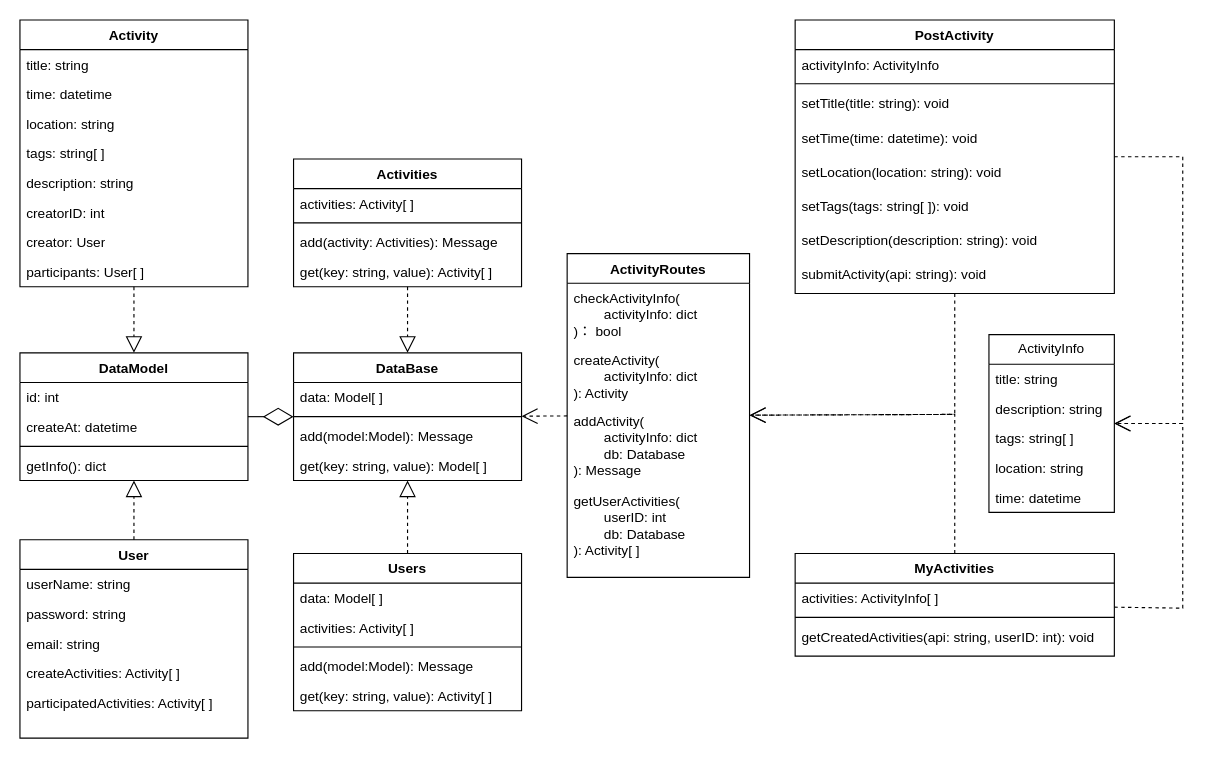
The draw.io diagram docs/create_activity_UML_class.drawio in Yishanka/Soda, before the edit. Source tidied: cells renumbered, new cells numbered last; positions are measured from the earlier drawing's top-left corner, leaving out a move shared by most shapes. Both pictures are drawn from the tidied source at 114%, with x=0, y=0 at pixel (19, 19).
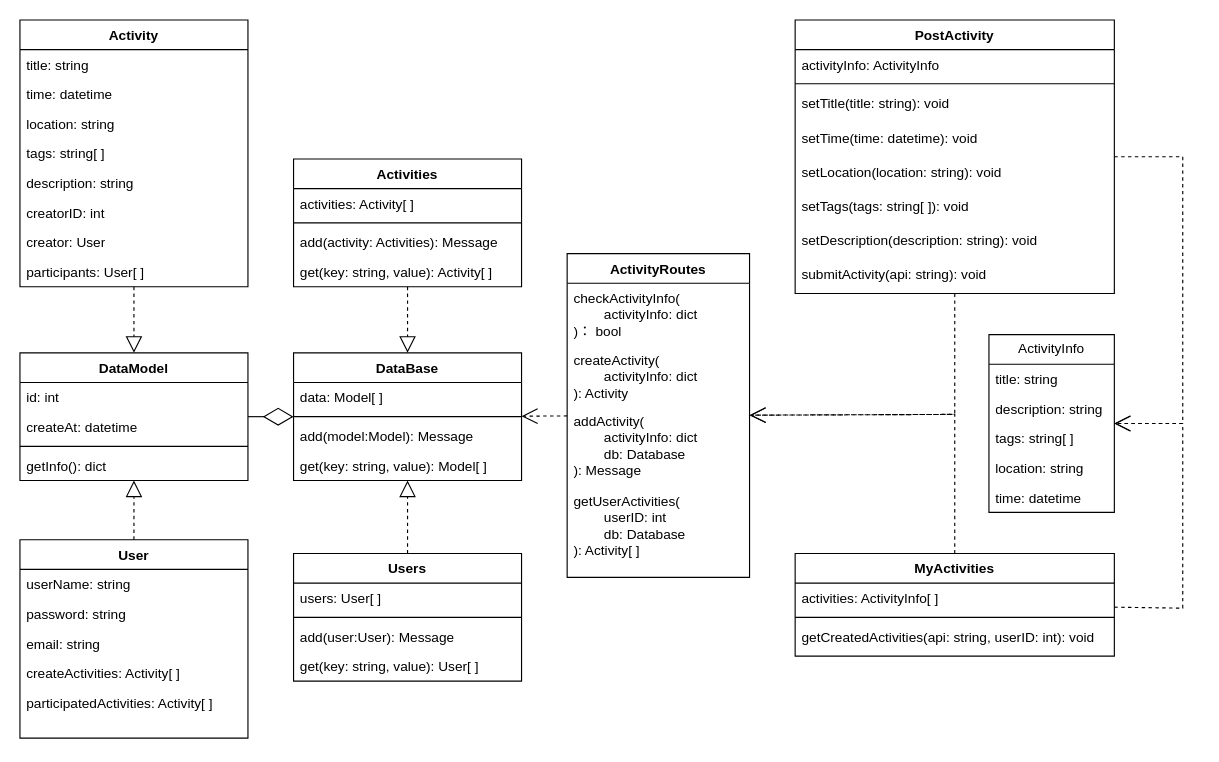
After the change.

Change to the diagram source:
```diff
@@
     <mxCell id="49" value="Users" style="swimlane;fontStyle=1;align=center;verticalAlign=top;horizontal=1;startSize=26;whiteSpace=wrap;html=1;" parent="1" vertex="1">
-      <mxGeometry x="240" y="468" width="200" height="138" as="geometry" />
+      <mxGeometry x="240" y="468" width="200" height="112" as="geometry" />
     </mxCell>
-    <mxCell id="50" value="data: Model[ ]" style="text;strokeColor=none;fillColor=none;align=left;verticalAlign=top;spacingLeft=4;spacingRight=4;overflow=hidden;whiteSpace=wrap;html=1;" parent="49" vertex="1">
-      <mxGeometry y="26" width="200" height="26" as="geometry" />
-    </mxCell>
-    <mxCell id="51" value="activities: Activity[ ]" style="text;strokeColor=none;fillColor=none;align=left;verticalAlign=top;spacingLeft=4;spacingRight=4;overflow=hidden;whiteSpace=wrap;html=1;" parent="49" vertex="1">
-      <mxGeometry y="52" width="200" height="26" as="geometry" />
+    <mxCell id="51" value="users: User[ ]" style="text;strokeColor=none;fillColor=none;align=left;verticalAlign=top;spacingLeft=4;spacingRight=4;overflow=hidden;whiteSpace=wrap;html=1;" parent="49" vertex="1">
+      <mxGeometry y="26" width="200" height="26" as="geometry" />
     </mxCell>
     <mxCell id="52" style="line;strokeWidth=1;fillColor=none;align=left;verticalAlign=middle;spacingTop=-1;spacingLeft=3;spacingRight=3;labelPosition=right;strokeColor=inherit;" parent="49" vertex="1">
-      <mxGeometry y="78" width="200" height="8" as="geometry" />
+      <mxGeometry y="52" width="200" height="8" as="geometry" />
     </mxCell>
-    <mxCell id="53" value="add(model:Model): Message" style="text;strokeColor=none;fillColor=none;align=left;verticalAlign=top;spacingLeft=4;spacingRight=4;overflow=hidden;whiteSpace=wrap;html=1;" parent="49" vertex="1">
-      <mxGeometry y="86" width="200" height="26" as="geometry" />
+    <mxCell id="53" value="add(user:User): Message" style="text;strokeColor=none;fillColor=none;align=left;verticalAlign=top;spacingLeft=4;spacingRight=4;overflow=hidden;whiteSpace=wrap;html=1;" parent="49" vertex="1">
+      <mxGeometry y="60" width="200" height="26" as="geometry" />
     </mxCell>
-    <mxCell id="54" value="get(key: string, value): Activity[ ]" style="text;strokeColor=none;fillColor=none;align=left;verticalAlign=top;spacingLeft=4;spacingRight=4;overflow=hidden;whiteSpace=wrap;html=1;" parent="49" vertex="1">
-      <mxGeometry y="112" width="200" height="26" as="geometry" />
+    <mxCell id="54" value="get(key: string, value): User[ ]" style="text;strokeColor=none;fillColor=none;align=left;verticalAlign=top;spacingLeft=4;spacingRight=4;overflow=hidden;whiteSpace=wrap;html=1;" parent="49" vertex="1">
+      <mxGeometry y="86" width="200" height="26" as="geometry" />
     </mxCell>
```
